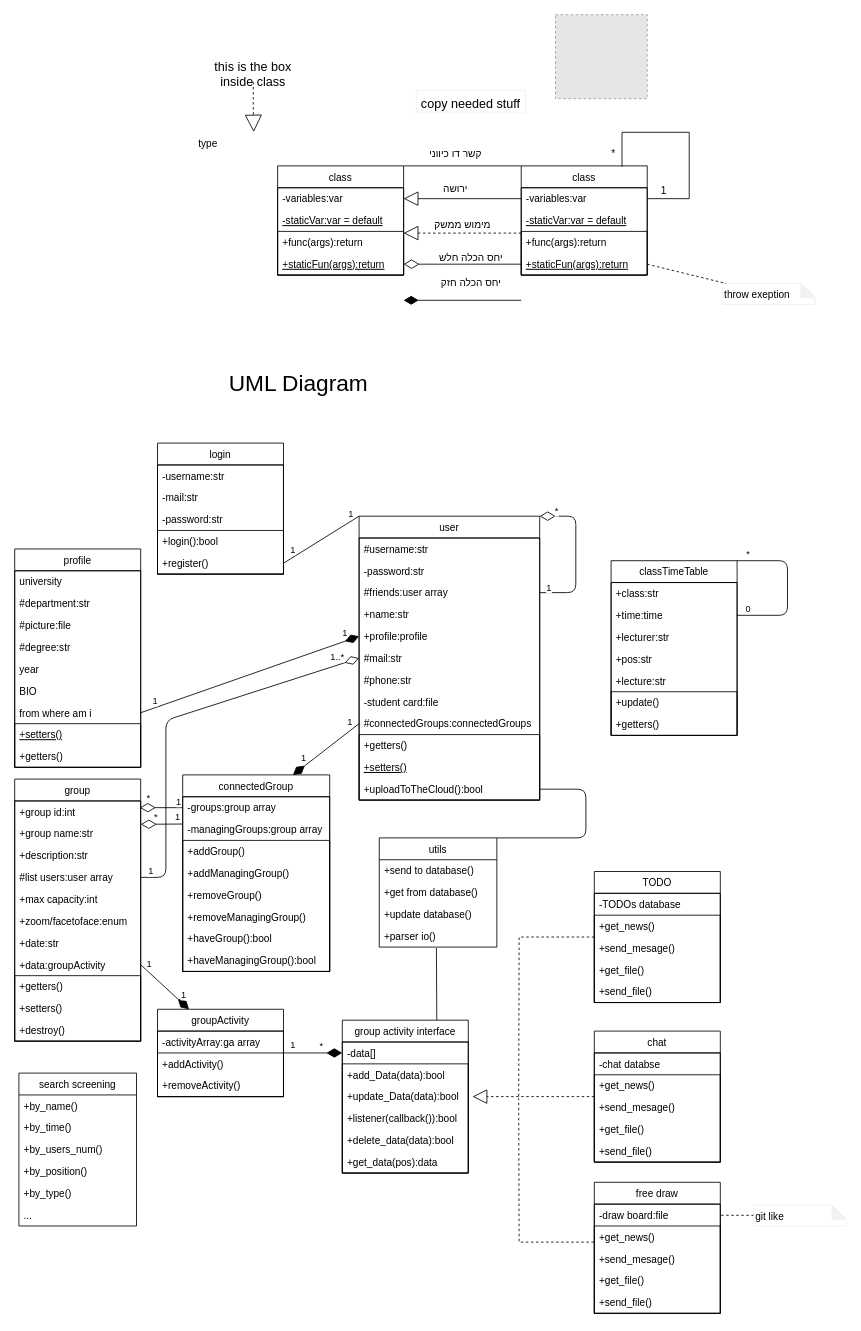
nadavsuissa/WeStudent keeps this draw.io diagram as documents/Class diagram.drawio. Above is the earlier version. Source tidied: cells renumbered, new cells numbered last; positions are measured from the earlier drawing's top-left corner, leaving out a move shared by most shapes. Both pictures are drawn from the tidied source at 84%, with x=0, y=0 at pixel (14, 14). Pictures stored in the file or linked from it are replaced by grey dashed boxes.
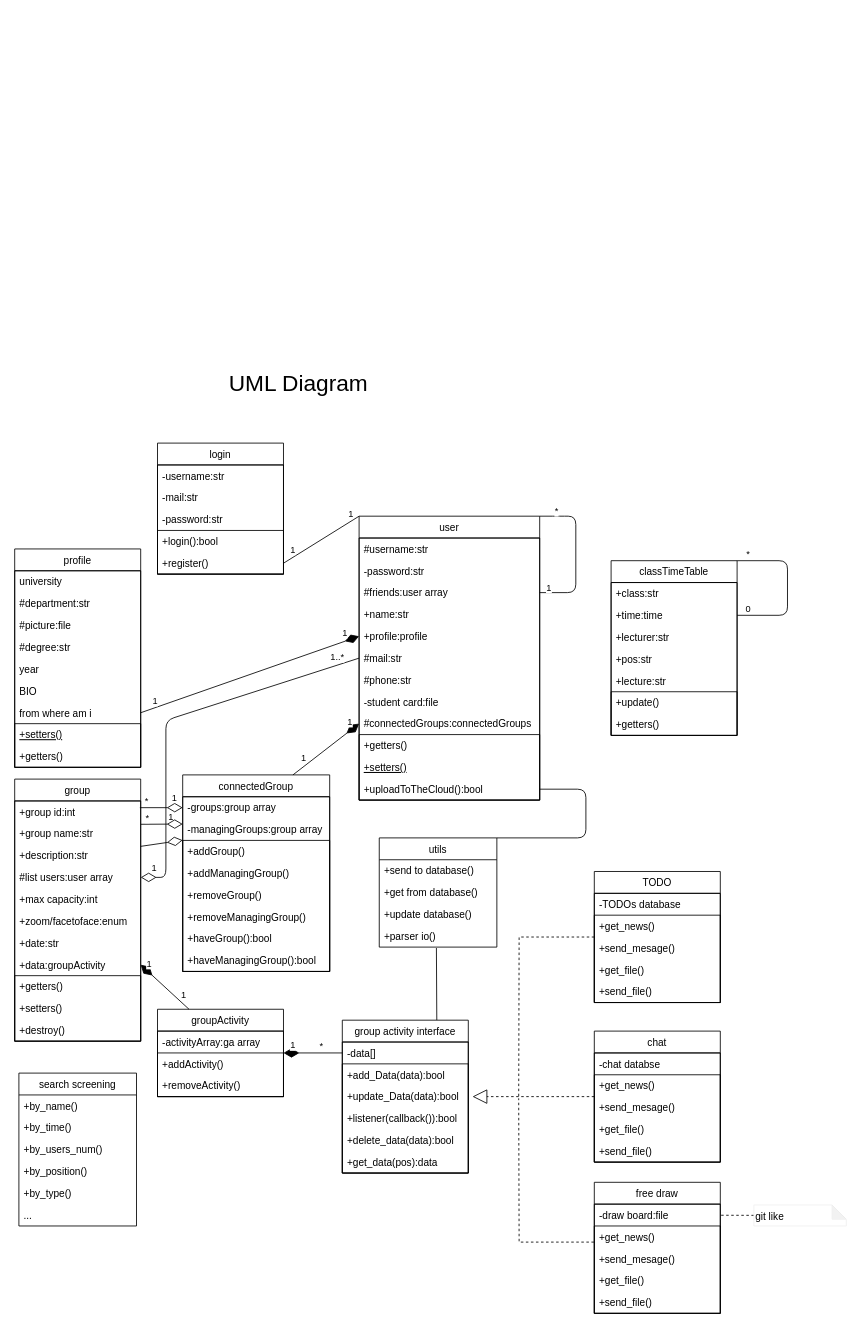
After the change.

Commit message (it also covers changes not shown here):
fix connections and moved example to diff file

The change refers to these unchanged cells:
```xml
<mxCell id="49" value="fun" style="swimlane;fontStyle=0;horizontal=1;startSize=0;rounded=0;shadow=0;glass=0;comic=0;sketch=0;verticalAlign=top;swimlaneLine=0;swimlaneFillColor=none;fillColor=none;noLabel=1;overflow=visible;fixDash=0;perimeter=rectanglePerimeter;" parent="48" vertex="1">
  <mxGeometry y="26" width="150" height="156" as="geometry" />
</mxCell>
<mxCell id="61" value="user" style="swimlane;fontStyle=0;horizontal=1;startSize=26;rounded=0;shadow=0;glass=0;comic=0;sketch=0;verticalAlign=top;" parent="1" vertex="1">
  <mxGeometry x="410" y="597" width="215" height="338" as="geometry" />
</mxCell>
<mxCell id="65" value="#friends:user array" style="text;strokeColor=none;fillColor=none;align=left;verticalAlign=top;spacingLeft=4;spacingRight=4;overflow=hidden;points=[[0,0.5],[1,0.5]];portConstraint=eastwest;" parent="62" vertex="1">
  <mxGeometry y="52" width="215" height="26" as="geometry" />
</mxCell>
<mxCell id="68" value="#mail:str" style="text;strokeColor=none;fillColor=none;align=left;verticalAlign=top;spacingLeft=4;spacingRight=4;overflow=hidden;points=[[0,0.5],[1,0.5]];portConstraint=eastwest;" parent="62" vertex="1">
  <mxGeometry y="130" width="215" height="26" as="geometry" />
</mxCell>
<mxCell id="71" value="#connectedGroups:connectedGroups" style="text;strokeColor=none;fillColor=none;align=left;verticalAlign=top;spacingLeft=4;spacingRight=4;overflow=hidden;points=[[0,0.5],[1,0.5]];portConstraint=eastwest;" parent="62" vertex="1">
  <mxGeometry y="208" width="215" height="26" as="geometry" />
</mxCell>
<mxCell id="82" value="+group name:str" style="text;strokeColor=none;fillColor=none;align=left;verticalAlign=top;spacingLeft=4;spacingRight=4;overflow=hidden;points=[[0,0.5],[1,0.5]];portConstraint=eastwest;" parent="80" vertex="1">
  <mxGeometry y="26" width="150" height="26" as="geometry" />
</mxCell>
<mxCell id="83" value="+description:str" style="text;strokeColor=none;fillColor=none;align=left;verticalAlign=top;spacingLeft=4;spacingRight=4;overflow=hidden;points=[[0,0.5],[1,0.5]];portConstraint=eastwest;" parent="80" vertex="1">
  <mxGeometry y="52" width="150" height="26" as="geometry" />
</mxCell>
<mxCell id="84" value="#list users:user array" style="text;strokeColor=none;fillColor=none;align=left;verticalAlign=top;spacingLeft=4;spacingRight=4;overflow=hidden;points=[[0,0.5],[1,0.5]];portConstraint=eastwest;" parent="80" vertex="1">
  <mxGeometry y="78" width="150" height="26" as="geometry" />
</mxCell>
<mxCell id="88" value="+data:groupActivity" style="text;strokeColor=none;fillColor=none;align=left;verticalAlign=top;spacingLeft=4;spacingRight=4;overflow=hidden;points=[[0,0.5],[1,0.5]];portConstraint=eastwest;" parent="80" vertex="1">
  <mxGeometry y="182" width="150" height="26" as="geometry" />
</mxCell>
<mxCell id="93" value="groupActivity" style="swimlane;fontStyle=0;horizontal=1;startSize=26;rounded=0;shadow=0;glass=0;comic=0;sketch=0;verticalAlign=top;" parent="1" vertex="1">
  <mxGeometry x="170" y="1184" width="150" height="104" as="geometry" />
</mxCell>
<mxCell id="158" value="connectedGroup" style="swimlane;fontStyle=0;horizontal=1;startSize=26;rounded=0;shadow=0;glass=0;comic=0;sketch=0;verticalAlign=top;" parent="1" vertex="1">
  <mxGeometry x="200" y="905" width="175" height="234" as="geometry" />
</mxCell>
<mxCell id="160" value="-groups:group array" style="text;strokeColor=none;fillColor=none;align=left;verticalAlign=top;spacingLeft=4;spacingRight=4;overflow=hidden;points=[[0,0.5],[1,0.5]];portConstraint=eastwest;" parent="159" vertex="1">
  <mxGeometry width="175" height="26" as="geometry" />
</mxCell>
<mxCell id="161" value="-managingGroups:group array" style="text;strokeColor=none;fillColor=none;align=left;verticalAlign=top;spacingLeft=4;spacingRight=4;overflow=hidden;points=[[0,0.5],[1,0.5]];portConstraint=eastwest;" parent="159" vertex="1">
  <mxGeometry y="26" width="175" height="26" as="geometry" />
</mxCell>
```

Diff of the diagram source:
```diff
@@
-    <mxCell id="16" style="edgeStyle=none;html=1;exitX=0;exitY=0;exitDx=0;exitDy=0;endArrow=none;endFill=0;endSize=13;targetPerimeterSpacing=5;entryX=1;entryY=0;entryDx=0;entryDy=0;" parent="1" edge="1" source="17" target="29">
-      <mxGeometry relative="1" as="geometry" />
-    </mxCell>
-    <mxCell id="17" value="class" style="swimlane;fontStyle=0;horizontal=1;startSize=26;rounded=0;shadow=0;glass=0;comic=0;sketch=0;verticalAlign=top;" parent="1" vertex="1">
-      <mxGeometry x="603" y="180" width="150" height="130" as="geometry" />
-    </mxCell>
-    <mxCell id="18" value="fun" style="swimlane;fontStyle=0;horizontal=1;startSize=0;rounded=0;shadow=0;glass=0;comic=0;sketch=0;verticalAlign=top;swimlaneLine=0;swimlaneFillColor=none;fillColor=none;noLabel=1;overflow=visible;fixDash=0;perimeter=rectanglePerimeter;" parent="17" vertex="1">
-      <mxGeometry y="26" width="150" height="104" as="geometry" />
-    </mxCell>
-    <mxCell id="19" value="-variables:var" style="text;strokeColor=none;fillColor=none;align=left;verticalAlign=top;spacingLeft=4;spacingRight=4;overflow=hidden;points=[[0,0.5],[1,0.5]];portConstraint=eastwest;" parent="18" vertex="1">
-      <mxGeometry width="150" height="26" as="geometry" />
-    </mxCell>
-    <mxCell id="20" value="-staticVar:var = default" style="text;strokeColor=none;fillColor=none;align=left;verticalAlign=top;spacingLeft=4;spacingRight=4;overflow=hidden;fontStyle=4;" parent="18" vertex="1">
-      <mxGeometry y="26" width="150" height="26" as="geometry" />
-    </mxCell>
-    <mxCell id="21" value="fun" style="swimlane;fontStyle=0;horizontal=1;startSize=0;rounded=0;shadow=0;glass=0;comic=0;sketch=0;verticalAlign=top;swimlaneLine=0;swimlaneFillColor=none;fillColor=none;noLabel=1;overflow=visible;fixDash=0;perimeter=rectanglePerimeter;" parent="18" vertex="1">
-      <mxGeometry y="52" width="150" height="52" as="geometry" />
-    </mxCell>
-    <mxCell id="22" value="+func(args):return&#10;" style="text;strokeColor=none;fillColor=none;align=left;verticalAlign=top;spacingLeft=4;spacingRight=4;overflow=hidden;" parent="21" vertex="1">
-      <mxGeometry width="150" height="26" as="geometry" />
-    </mxCell>
-    <mxCell id="23" value="+staticFun(args):return" style="text;strokeColor=none;fillColor=none;align=left;verticalAlign=top;spacingLeft=4;spacingRight=4;overflow=hidden;points=[[0,0.5],[1,0.5]];portConstraint=eastwest;fontStyle=4;" parent="21" vertex="1">
-      <mxGeometry y="26" width="150" height="26" as="geometry" />
-    </mxCell>
-    <mxCell id="24" style="edgeStyle=orthogonalEdgeStyle;html=1;exitX=1;exitY=0.5;exitDx=0;exitDy=0;endArrow=none;endFill=0;endSize=18;targetPerimeterSpacing=5;elbow=vertical;jumpStyle=none;sketch=0;jumpSize=6;shadow=0;rounded=0;" parent="17" edge="1" source="19">
-      <mxGeometry relative="1" as="geometry">
-        <mxPoint x="120" y="1" as="targetPoint" />
-        <Array as="points">
-          <mxPoint x="200" y="39" />
-          <mxPoint x="200" y="-40" />
-          <mxPoint x="120" y="-40" />
-        </Array>
-      </mxGeometry>
-    </mxCell>
@@
-    <mxCell id="26" value="copy needed stuff" style="text;fillColor=none;align=left;verticalAlign=top;spacingLeft=4;spacingRight=4;overflow=hidden;rounded=0;shadow=0;glass=0;comic=0;sketch=0;startSize=0;fontSize=15;strokeColor=#f0f0f0;" parent="1" vertex="1">
-      <mxGeometry x="478" y="90" width="130" height="26" as="geometry" />
-    </mxCell>
-    <mxCell id="27" value="throw exeption" style="shape=note;whiteSpace=wrap;html=1;backgroundOutline=1;darkOpacity=0.05;rounded=0;shadow=0;glass=0;comic=0;sketch=0;startSize=0;strokeColor=#f0f0f0;fillColor=none;gradientColor=none;verticalAlign=top;size=17;align=left;" parent="1" vertex="1">
-      <mxGeometry x="843" y="320" width="110" height="25" as="geometry" />
-    </mxCell>
-    <mxCell id="28" style="endArrow=none;html=1;startSize=0;exitX=1;exitY=0.5;exitDx=0;exitDy=0;dashed=1;" parent="1" edge="1" source="23" target="27">
-      <mxGeometry relative="1" as="geometry" />
-    </mxCell>
-    <mxCell id="29" value="class" style="swimlane;fontStyle=0;horizontal=1;startSize=26;rounded=0;shadow=0;glass=0;comic=0;sketch=0;verticalAlign=top;" parent="1" vertex="1">
-      <mxGeometry x="313" y="180" width="150" height="130" as="geometry" />
-    </mxCell>
-    <mxCell id="30" value="fun" style="swimlane;fontStyle=0;horizontal=1;startSize=0;rounded=0;shadow=0;glass=0;comic=0;sketch=0;verticalAlign=top;swimlaneLine=0;swimlaneFillColor=none;fillColor=none;noLabel=1;overflow=visible;fixDash=0;perimeter=rectanglePerimeter;" parent="29" vertex="1">
-      <mxGeometry y="26" width="150" height="104" as="geometry" />
-    </mxCell>
-    <mxCell id="31" value="-variables:var" style="text;strokeColor=none;fillColor=none;align=left;verticalAlign=top;spacingLeft=4;spacingRight=4;overflow=hidden;points=[[0,0.5],[1,0.5]];portConstraint=eastwest;" parent="30" vertex="1">
-      <mxGeometry width="150" height="26" as="geometry" />
-    </mxCell>
-    <mxCell id="32" value="-staticVar:var = default" style="text;strokeColor=none;fillColor=none;align=left;verticalAlign=top;spacingLeft=4;spacingRight=4;overflow=hidden;fontStyle=4;" parent="30" vertex="1">
-      <mxGeometry y="26" width="150" height="26" as="geometry" />
-    </mxCell>
-    <mxCell id="33" value="fun" style="swimlane;fontStyle=0;horizontal=1;startSize=0;rounded=0;shadow=0;glass=0;comic=0;sketch=0;verticalAlign=top;swimlaneLine=0;swimlaneFillColor=none;fillColor=none;noLabel=1;overflow=visible;fixDash=0;perimeter=rectanglePerimeter;" parent="30" vertex="1">
-      <mxGeometry y="52" width="150" height="52" as="geometry" />
-    </mxCell>
-    <mxCell id="34" value="+func(args):return&#10;" style="text;strokeColor=none;fillColor=none;align=left;verticalAlign=top;spacingLeft=4;spacingRight=4;overflow=hidden;" parent="33" vertex="1">
-      <mxGeometry width="150" height="26" as="geometry" />
-    </mxCell>
-    <mxCell id="35" value="+staticFun(args):return" style="text;strokeColor=none;fillColor=none;align=left;verticalAlign=top;spacingLeft=4;spacingRight=4;overflow=hidden;points=[[0,0.5],[1,0.5]];portConstraint=eastwest;fontStyle=4;" parent="33" vertex="1">
-      <mxGeometry y="26" width="150" height="26" as="geometry" />
-    </mxCell>
-    <mxCell id="36" style="edgeStyle=none;html=1;exitX=0;exitY=0.5;exitDx=0;exitDy=0;endArrow=block;endFill=0;endSize=15;entryX=1;entryY=0.5;entryDx=0;entryDy=0;" parent="1" edge="1" source="19" target="31">
-      <mxGeometry relative="1" as="geometry" />
-    </mxCell>
-    <mxCell id="37" value="ירושה&lt;br&gt;" style="text;html=1;strokeColor=none;fillColor=none;align=center;verticalAlign=middle;whiteSpace=wrap;rounded=0;shadow=0;glass=0;comic=0;sketch=0;startSize=0;" parent="1" vertex="1">
-      <mxGeometry x="505" y="197" width="40" height="20" as="geometry" />
-    </mxCell>
-    <mxCell id="38" value="קשר דו כיווני" style="text;html=1;strokeColor=none;fillColor=none;align=center;verticalAlign=middle;whiteSpace=wrap;rounded=0;shadow=0;glass=0;comic=0;sketch=0;startSize=0;" parent="1" vertex="1">
-      <mxGeometry x="490" y="156" width="70" height="20" as="geometry" />
-    </mxCell>
-    <mxCell id="39" style="edgeStyle=none;html=1;endArrow=block;endFill=0;endSize=15;targetPerimeterSpacing=5;dashed=1;" parent="1" edge="1">
-      <mxGeometry relative="1" as="geometry">
-        <mxPoint x="603" y="260" as="sourcePoint" />
-        <mxPoint x="463" y="260" as="targetPoint" />
-      </mxGeometry>
-    </mxCell>
-    <mxCell id="40" value="מימוש ממשק" style="text;html=1;align=center;verticalAlign=middle;strokeColor=none;" parent="1" vertex="1">
-      <mxGeometry x="493" y="240" width="80" height="20" as="geometry" />
-    </mxCell>
-    <mxCell id="41" style="edgeStyle=none;html=1;exitX=0;exitY=0.5;exitDx=0;exitDy=0;entryX=1;entryY=0.5;entryDx=0;entryDy=0;endArrow=diamondThin;endFill=0;endSize=16;targetPerimeterSpacing=5;" parent="1" edge="1" source="23" target="35">
-      <mxGeometry relative="1" as="geometry" />
-    </mxCell>
-    <mxCell id="42" value="יחס הכלה חלש" style="text;html=1;align=center;verticalAlign=middle;strokeColor=none;" parent="1" vertex="1">
-      <mxGeometry x="498" y="280" width="90" height="20" as="geometry" />
-    </mxCell>
-    <mxCell id="43" style="edgeStyle=none;html=1;exitX=0;exitY=0.5;exitDx=0;exitDy=0;entryX=1;entryY=0.5;entryDx=0;entryDy=0;endArrow=diamondThin;endFill=1;endSize=15;targetPerimeterSpacing=5;" parent="1" edge="1">
-      <mxGeometry relative="1" as="geometry">
-        <mxPoint x="603" y="340" as="sourcePoint" />
-        <mxPoint x="463" y="340" as="targetPoint" />
-      </mxGeometry>
-    </mxCell>
-    <mxCell id="44" value="יחס הכלה חזק" style="text;html=1;align=center;verticalAlign=middle;strokeColor=none;" parent="1" vertex="1">
-      <mxGeometry x="503" y="310" width="80" height="20" as="geometry" />
-    </mxCell>
-    <mxCell id="45" value="1" style="text;html=1;strokeColor=none;fillColor=none;align=center;verticalAlign=middle;whiteSpace=wrap;rounded=0;shadow=0;glass=0;comic=0;sketch=0;startSize=0;" parent="1" vertex="1">
-      <mxGeometry x="753" y="200" width="40" height="20" as="geometry" />
-    </mxCell>
-    <mxCell id="46" value="*" style="text;html=1;strokeColor=none;fillColor=none;align=center;verticalAlign=middle;whiteSpace=wrap;rounded=0;shadow=0;glass=0;comic=0;sketch=0;startSize=0;" parent="1" vertex="1">
-      <mxGeometry x="693" y="156" width="40" height="20" as="geometry" />
-    </mxCell>
@@
-    <mxCell id="50" value="-data[]" style="text;strokeColor=none;fillColor=none;align=left;verticalAlign=top;spacingLeft=4;spacingRight=4;overflow=hidden;points=[[0,0.5],[1,0.5]];portConstraint=eastwest;" parent="49" vertex="1">
+    <mxCell id="50" value="-data[]" style="text;align=left;verticalAlign=top;spacingLeft=4;spacingRight=4;overflow=hidden;points=[[0,0.5],[1,0.5]];portConstraint=eastwest;" parent="49" vertex="1">
       <mxGeometry width="150" height="26" as="geometry" />
     </mxCell>
@@
-    <mxCell id="57" value="type" style="text;strokeColor=none;fillColor=none;align=left;verticalAlign=top;spacingLeft=4;spacingRight=4;overflow=hidden;points=[[0,0.5],[1,0.5]];portConstraint=eastwest;" parent="1" vertex="1">
-      <mxGeometry x="213" y="140" width="140" height="26" as="geometry" />
-    </mxCell>
-    <mxCell id="58" style="edgeStyle=orthogonalEdgeStyle;rounded=0;sketch=0;jumpStyle=none;jumpSize=6;html=1;exitX=0.5;exitY=1;exitDx=0;exitDy=0;entryX=0.511;entryY=-0.012;entryDx=0;entryDy=0;entryPerimeter=0;shadow=0;dashed=1;fontSize=15;endArrow=block;endFill=0;endSize=18;targetPerimeterSpacing=5;" parent="1" edge="1" source="59" target="57">
-      <mxGeometry relative="1" as="geometry" />
-    </mxCell>
-    <mxCell id="59" value="this is the box inside class" style="text;html=1;strokeColor=none;fillColor=none;align=center;verticalAlign=middle;whiteSpace=wrap;rounded=0;shadow=0;glass=0;comic=0;sketch=0;fontSize=15;startSize=0;" parent="1" vertex="1">
-      <mxGeometry x="234" y="60" width="100" height="20" as="geometry" />
-    </mxCell>
-    <mxCell id="60" style="fillColor=#E6E6E6;strokeColor=#999999;dashed=1;verticalLabelPosition=bottom;labelBackgroundColor=#ffffff;verticalAlign=top;" parent="1" vertex="1">
-      <mxGeometry x="643.8" width="109.2" height="100" as="geometry" />
-    </mxCell>
@@
-    <mxCell id="76" style="edgeStyle=none;html=1;exitX=1;exitY=0.5;exitDx=0;exitDy=0;endArrow=diamondThin;endFill=0;endSize=16;targetPerimeterSpacing=5;entryX=1;entryY=0;entryDx=0;entryDy=0;" parent="61" edge="1" source="65" target="61">
+    <mxCell id="76" style="edgeStyle=none;html=1;exitX=1;exitY=0.5;exitDx=0;exitDy=0;endArrow=none;endFill=0;endSize=16;targetPerimeterSpacing=5;entryX=1;entryY=0;entryDx=0;entryDy=0;startArrow=none;startFill=0;" parent="61" edge="1" source="65" target="61">
       <mxGeometry relative="1" as="geometry">
         <Array as="points">
           <mxPoint x="258" y="91" />
           <mxPoint x="258" />
           <mxPoint x="240" />
           <mxPoint x="215" />
         </Array>
       </mxGeometry>
     </mxCell>
@@
-    <mxCell id="126" style="edgeStyle=none;html=1;exitX=1;exitY=0.5;exitDx=0;exitDy=0;entryX=0;entryY=0.5;entryDx=0;entryDy=0;endArrow=diamondThin;endFill=1;endSize=16;targetPerimeterSpacing=5;" parent="1" edge="1" source="93" target="50">
+    <mxCell id="126" style="edgeStyle=none;html=1;exitX=1;exitY=0.5;exitDx=0;exitDy=0;entryX=0;entryY=0.5;entryDx=0;entryDy=0;endArrow=none;endFill=0;endSize=16;targetPerimeterSpacing=5;startArrow=diamondThin;startFill=1;startSize=16;" parent="1" edge="1" source="93" target="50">
       <mxGeometry relative="1" as="geometry" />
     </mxCell>
@@
-    <mxCell id="129" style="edgeStyle=none;html=1;exitX=1;exitY=0.5;exitDx=0;exitDy=0;entryX=0.25;entryY=0;entryDx=0;entryDy=0;endArrow=diamondThin;endFill=1;endSize=15;targetPerimeterSpacing=5;" parent="1" edge="1" source="88" target="93">
+    <mxCell id="129" style="edgeStyle=none;html=1;exitX=1;exitY=0.5;exitDx=0;exitDy=0;entryX=0.25;entryY=0;entryDx=0;entryDy=0;endArrow=none;endFill=0;endSize=15;targetPerimeterSpacing=5;startArrow=diamondThin;startFill=1;startSize=16;" parent="1" edge="1" source="88" target="93">
       <mxGeometry relative="1" as="geometry" />
     </mxCell>
@@
-    <mxCell id="132" style="edgeStyle=none;html=1;exitX=0;exitY=0.5;exitDx=0;exitDy=0;endArrow=diamondThin;endFill=0;endSize=16;targetPerimeterSpacing=5;" parent="1" edge="1" source="160">
+    <mxCell id="132" style="edgeStyle=none;html=1;exitX=0;exitY=0.5;exitDx=0;exitDy=0;endArrow=none;endFill=0;endSize=16;targetPerimeterSpacing=5;startArrow=diamondThin;startFill=0;startSize=16;" parent="1" edge="1" source="160">
       <mxGeometry relative="1" as="geometry">
         <mxPoint x="149" y="944" as="targetPoint" />
       </mxGeometry>
     </mxCell>
     <mxCell id="133" value="*" style="edgeLabel;html=1;align=center;verticalAlign=middle;" parent="132" vertex="1">
       <mxGeometry x="0.65" y="-1" relative="1" as="geometry">
-        <mxPoint y="-12" as="offset" />
+        <mxPoint x="-2" y="-8" as="offset" />
       </mxGeometry>
     </mxCell>
     <mxCell id="134" value="1" style="edgeLabel;html=1;align=center;verticalAlign=middle;" parent="132" vertex="1">
       <mxGeometry x="-0.76" relative="1" as="geometry">
-        <mxPoint y="-8" as="offset" />
+        <mxPoint x="-5" y="-13" as="offset" />
       </mxGeometry>
     </mxCell>
@@
-    <mxCell id="169" style="edgeStyle=none;html=1;endArrow=diamondThin;endFill=0;endSize=16;targetPerimeterSpacing=5;entryX=1.001;entryY=0.069;entryDx=0;entryDy=0;entryPerimeter=0;exitX=0;exitY=0.25;exitDx=0;exitDy=0;" parent="1" edge="1" source="158" target="82">
+    <mxCell id="169" style="edgeStyle=none;html=1;endArrow=none;endFill=0;endSize=16;targetPerimeterSpacing=5;entryX=1.001;entryY=0.069;entryDx=0;entryDy=0;entryPerimeter=0;exitX=0;exitY=0.25;exitDx=0;exitDy=0;startSize=16;startArrow=diamondThin;startFill=0;" parent="1" edge="1" source="158" target="82">
       <mxGeometry relative="1" as="geometry" />
     </mxCell>
-    <mxCell id="170" value="1" style="edgeLabel;html=1;align=center;verticalAlign=middle;" parent="169" vertex="1">
+    <mxCell id="170" value="1" style="edgeLabel;html=1;align=center;verticalAlign=middle;labelBackgroundColor=none;" parent="169" vertex="1">
       <mxGeometry x="-0.74" y="-1" relative="1" as="geometry">
-        <mxPoint y="-8" as="offset" />
+        <mxPoint x="-8" y="-8" as="offset" />
       </mxGeometry>
     </mxCell>
     <mxCell id="171" value="*" style="edgeLabel;html=1;align=center;verticalAlign=middle;" parent="169" vertex="1">
       <mxGeometry x="0.61" y="2" relative="1" as="geometry">
-        <mxPoint x="7" y="-11" as="offset" />
+        <mxPoint x="-3" y="-10" as="offset" />
       </mxGeometry>
     </mxCell>
-    <mxCell id="172" style="edgeStyle=none;html=1;exitX=0;exitY=0.5;exitDx=0;exitDy=0;entryX=0.75;entryY=0;entryDx=0;entryDy=0;endArrow=diamondThin;endFill=1;endSize=15;targetPerimeterSpacing=5;" parent="1" edge="1" source="71" target="158">
+    <mxCell id="172" style="edgeStyle=none;html=1;exitX=0;exitY=0.5;exitDx=0;exitDy=0;entryX=0.75;entryY=0;entryDx=0;entryDy=0;endArrow=none;endFill=0;endSize=15;targetPerimeterSpacing=5;startArrow=diamondThin;startFill=1;startSize=16;" parent="1" edge="1" source="71" target="158">
       <mxGeometry relative="1" as="geometry" />
     </mxCell>
@@
-    <mxCell id="175" style="edgeStyle=none;html=1;exitX=1;exitY=0.5;exitDx=0;exitDy=0;endArrow=diamondThin;endFill=0;endSize=15;targetPerimeterSpacing=5;entryX=0;entryY=0.5;entryDx=0;entryDy=0;" parent="1" edge="1" source="84" target="68">
+    <mxCell id="175" style="edgeStyle=none;html=1;exitX=1;exitY=0.5;exitDx=0;exitDy=0;endArrow=none;endFill=0;endSize=15;targetPerimeterSpacing=5;entryX=0;entryY=0.5;entryDx=0;entryDy=0;startArrow=diamondThin;startFill=0;startSize=16;" parent="1" edge="1" source="84" target="68">
       <mxGeometry relative="1" as="geometry">
         <Array as="points">
           <mxPoint x="180" y="1027" />
           <mxPoint x="180" y="840" />
         </Array>
       </mxGeometry>
     </mxCell>
     <mxCell id="176" value="1" style="edgeLabel;html=1;align=center;verticalAlign=middle;" parent="175" vertex="1">
       <mxGeometry x="-0.95" relative="1" as="geometry">
-        <mxPoint y="-8" as="offset" />
+        <mxPoint x="4" y="-12" as="offset" />
       </mxGeometry>
     </mxCell>
@@
+    <mxCell id="195" style="edgeStyle=none;html=1;startArrow=diamondThin;startFill=0;endArrow=none;endFill=0;startSize=16;" parent="1" edge="1" source="161" target="83">
+      <mxGeometry relative="1" as="geometry" />
+    </mxCell>
```
